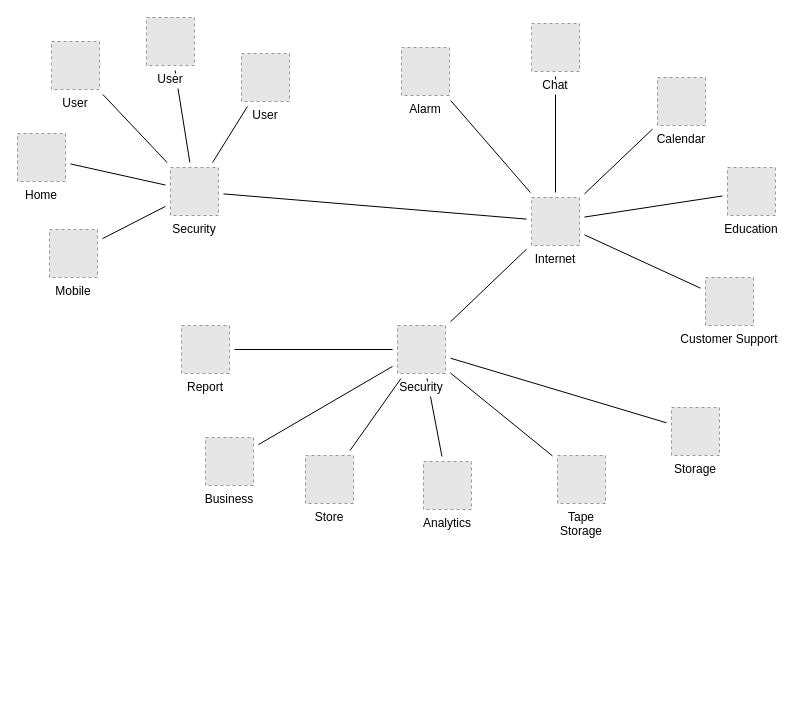
Before: Untitled Diagram.drawio in trae-horton/SOAR, a draw.io diagram. Source tidied: cells renumbered, new cells numbered last; positions are measured from the earlier drawing's top-left corner, leaving out a move shared by most shapes. Both pictures are drawn from the tidied source at 100%, with x=0, y=0 at pixel (17, 17). Pictures stored in the file or linked from it are replaced by grey dashed boxes.
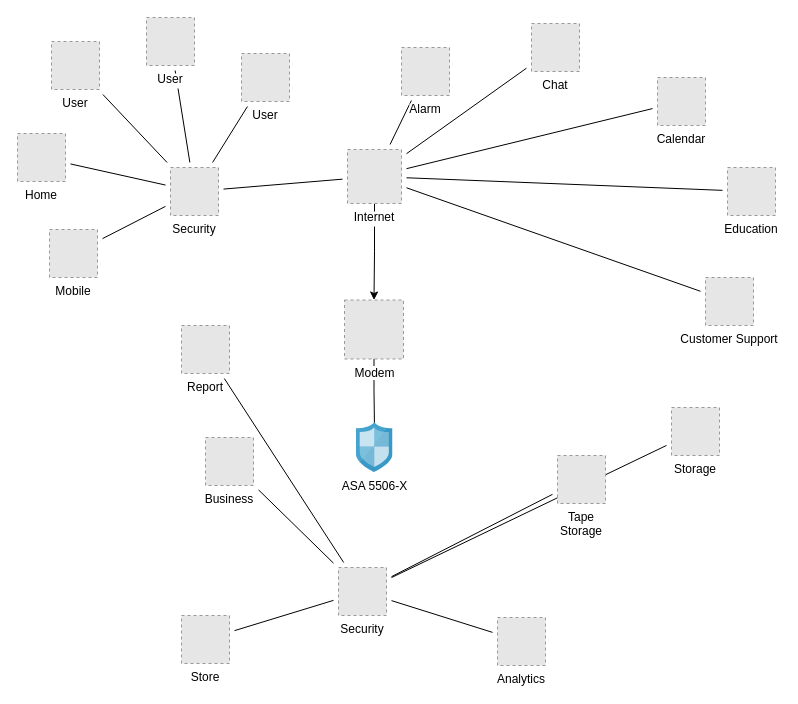
The same diagram, later.

What changed in the source:
```diff
@@
-    <mxCell id="9" style="edgeStyle=none;rounded=0;jettySize=auto;html=1;sourcePerimeterSpacing=5;endArrow=none;endFill=0;targetPerimeterSpacing=5;" parent="1" edge="1" source="30" target="38">
-      <mxGeometry relative="1" as="geometry" />
-    </mxCell>
@@
+    <mxCell id="39" style="edgeStyle=orthogonalEdgeStyle;rounded=0;jettySize=auto;html=1;exitX=0.5;exitY=1;exitDx=0;exitDy=0;" parent="1" edge="1" source="30" target="41">
+      <mxGeometry relative="1" as="geometry" />
+    </mxCell>
     <mxCell id="30" value="Internet" style="fillColor=#E6E6E6;strokeColor=#999999;dashed=1;verticalLabelPosition=bottom;verticalAlign=top;labelBackgroundColor=#ffffff;" parent="1" vertex="1">
-      <mxGeometry x="514" y="180" width="48" height="48" as="geometry" />
+      <mxGeometry x="330" y="132" width="54" height="54" as="geometry" />
     </mxCell>
@@
     <mxCell id="33" value="Analytics" style="fillColor=#E6E6E6;strokeColor=#999999;dashed=1;verticalLabelPosition=bottom;verticalAlign=top;labelBackgroundColor=#ffffff;" parent="1" vertex="1">
-      <mxGeometry x="406" y="444" width="48" height="48" as="geometry" />
+      <mxGeometry x="480" y="600" width="48" height="48" as="geometry" />
     </mxCell>
     <mxCell id="34" value="Store" style="fillColor=#E6E6E6;strokeColor=#999999;dashed=1;verticalLabelPosition=bottom;verticalAlign=top;labelBackgroundColor=#ffffff;" parent="1" vertex="1">
-      <mxGeometry x="288" y="438" width="48" height="48" as="geometry" />
+      <mxGeometry x="164" y="598" width="48" height="48" as="geometry" />
     </mxCell>
@@
     <mxCell id="38" value="Security" style="fillColor=#E6E6E6;strokeColor=#999999;dashed=1;verticalLabelPosition=bottom;verticalAlign=top;labelBackgroundColor=#ffffff;" parent="1" vertex="1">
-      <mxGeometry x="380" y="308" width="48" height="48" as="geometry" />
+      <mxGeometry x="321" y="550" width="48" height="48" as="geometry" />
     </mxCell>
+    <mxCell id="40" style="edgeStyle=orthogonalEdgeStyle;rounded=0;jettySize=auto;html=1;exitX=0.5;exitY=1;exitDx=0;exitDy=0;entryX=0.25;entryY=0;entryDx=0;entryDy=0;" parent="1" edge="1" source="41" target="42">
+      <mxGeometry relative="1" as="geometry" />
+    </mxCell>
+    <mxCell id="41" value="Modem" style="fillColor=#E6E6E6;strokeColor=#999999;dashed=1;html=1;verticalAlign=top;verticalLabelPosition=bottom;labelBackgroundColor=#ffffff;" parent="1" vertex="1">
+      <mxGeometry x="327" y="282.5" width="59" height="59" as="geometry" />
+    </mxCell>
+    <mxCell id="42" value="ASA 5506-X" style="html=1;perimeter=none;align=center;shadow=0;dashed=0;image;fontSize=12;image=img/lib/mscae/ShieldFirewall.svg;" parent="1" vertex="1">
+      <mxGeometry x="339" y="405" width="36.5" height="50" as="geometry" />
+    </mxCell>
```
